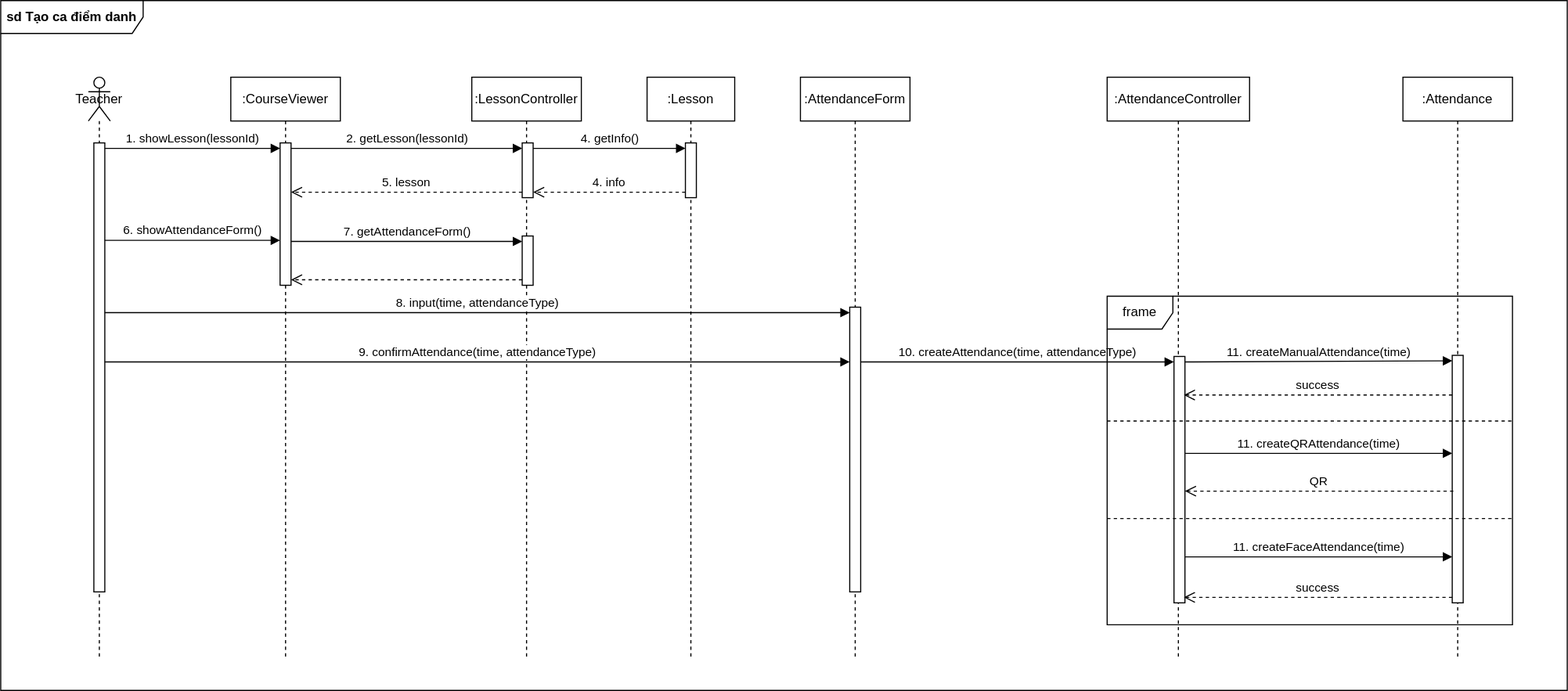
This is [W3] SequenceDiagram 5.drawio.svg from ntmly/ThuchanhphattrienhethongTTNT, a draw.io export, as it was before one commit. Source tidied: cells renumbered, new cells last; positions are measured from the earlier drawing's top-left corner, leaving out a move shared by most shapes.
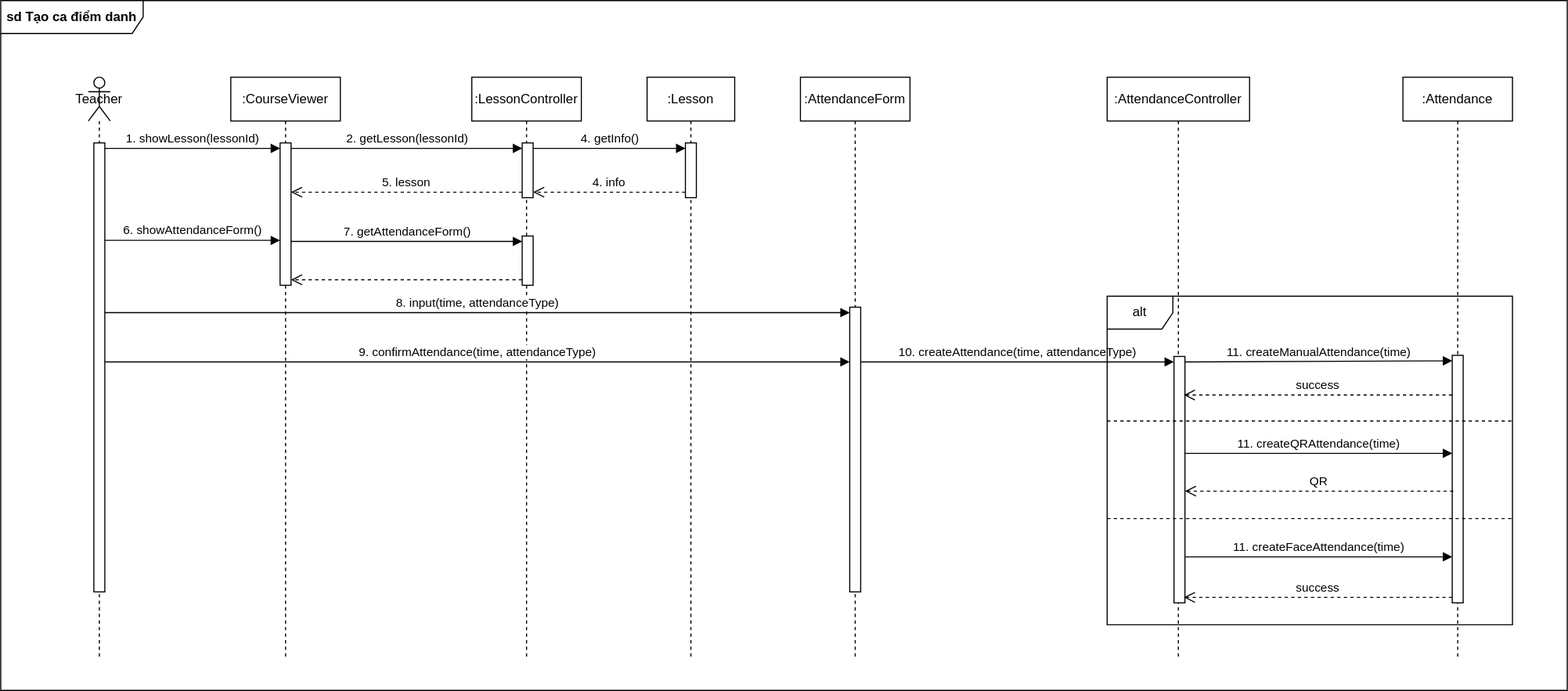
Above is the later version.

Commit message:
Cập nhật [W3] SequenceDiagram 5.drawio.svg

The edit, as a diff of the source:
```diff
@@ -88,7 +88,7 @@
     <mxCell id="27" value="10. createAttendance(time, attendanceType)" style="html=1;verticalAlign=bottom;endArrow=block;curved=0;rounded=0;entryX=0;entryY=0;entryDx=0;entryDy=5;entryPerimeter=0;" parent="1" edge="1" source="13" target="15">
       <mxGeometry relative="1" as="geometry" />
     </mxCell>
-    <mxCell id="28" value="frame" style="shape=umlFrame;whiteSpace=wrap;html=1;" parent="1" vertex="1">
+    <mxCell id="28" value="alt" style="shape=umlFrame;whiteSpace=wrap;html=1;" parent="1" vertex="1">
       <mxGeometry x="1010" y="270" width="370" height="300" as="geometry" />
     </mxCell>
     <mxCell id="29" style="html=1;points=[[0,0,0,0,5],[0,1,0,0,-5],[1,0,0,0,5],[1,1,0,0,-5]];perimeter=orthogonalPerimeter;outlineConnect=0;targetShapes=umlLifeline;portConstraint=eastwest;newEdgeStyle={&quot;curved&quot;:0,&quot;rounded&quot;:0};" parent="1" vertex="1">
```
